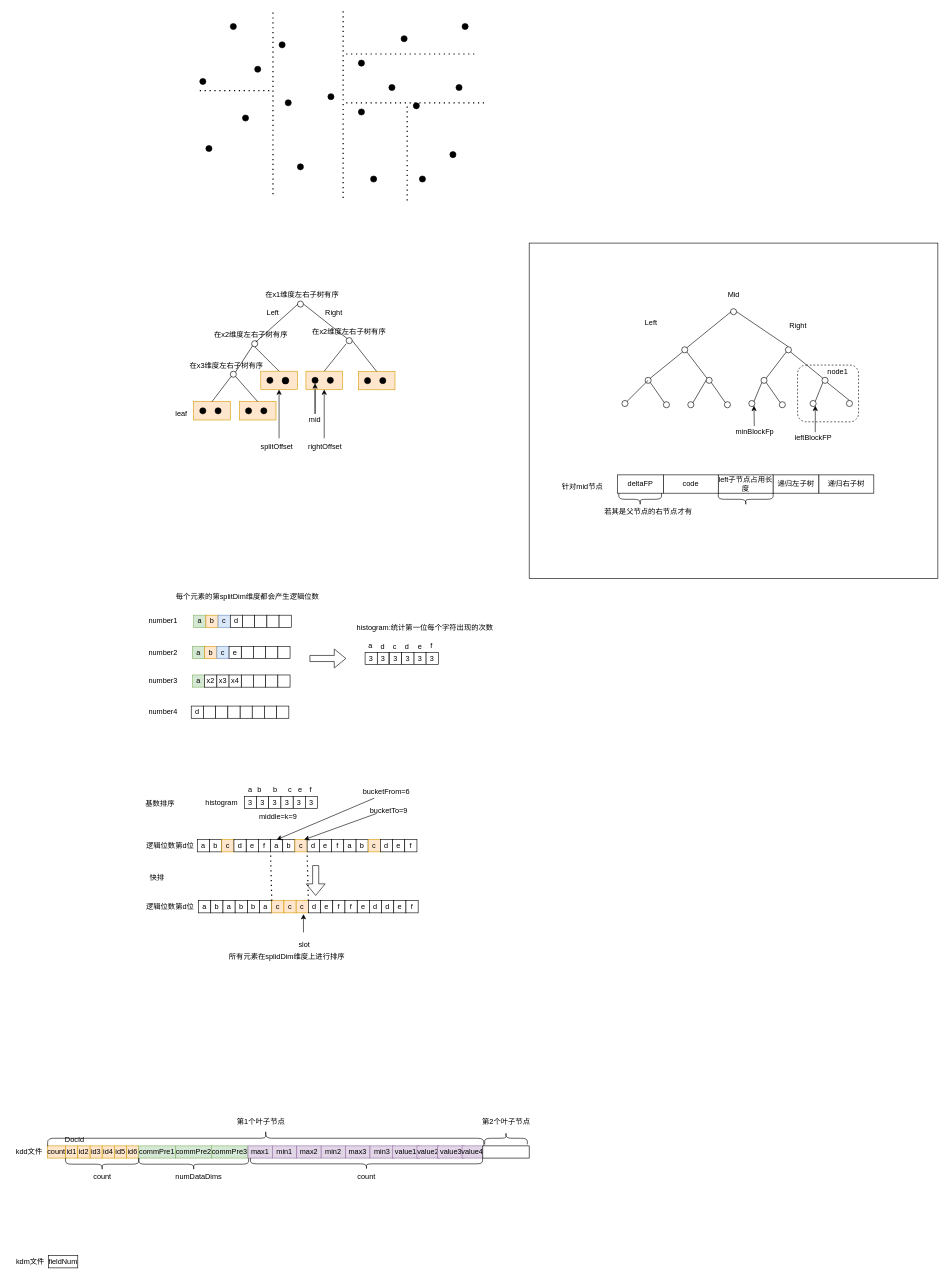
This is 图片xml/BKDWriter.drawio from kkewwei/elasticsearch_learning, a draw.io file, before an edit. Source tidied: cells renumbered, new cells numbered last; positions are measured from the earlier drawing's top-left corner, leaving out a move shared by most shapes. Both pictures are drawn from the tidied source at 61%, with x=0, y=0 at pixel (10, 11).
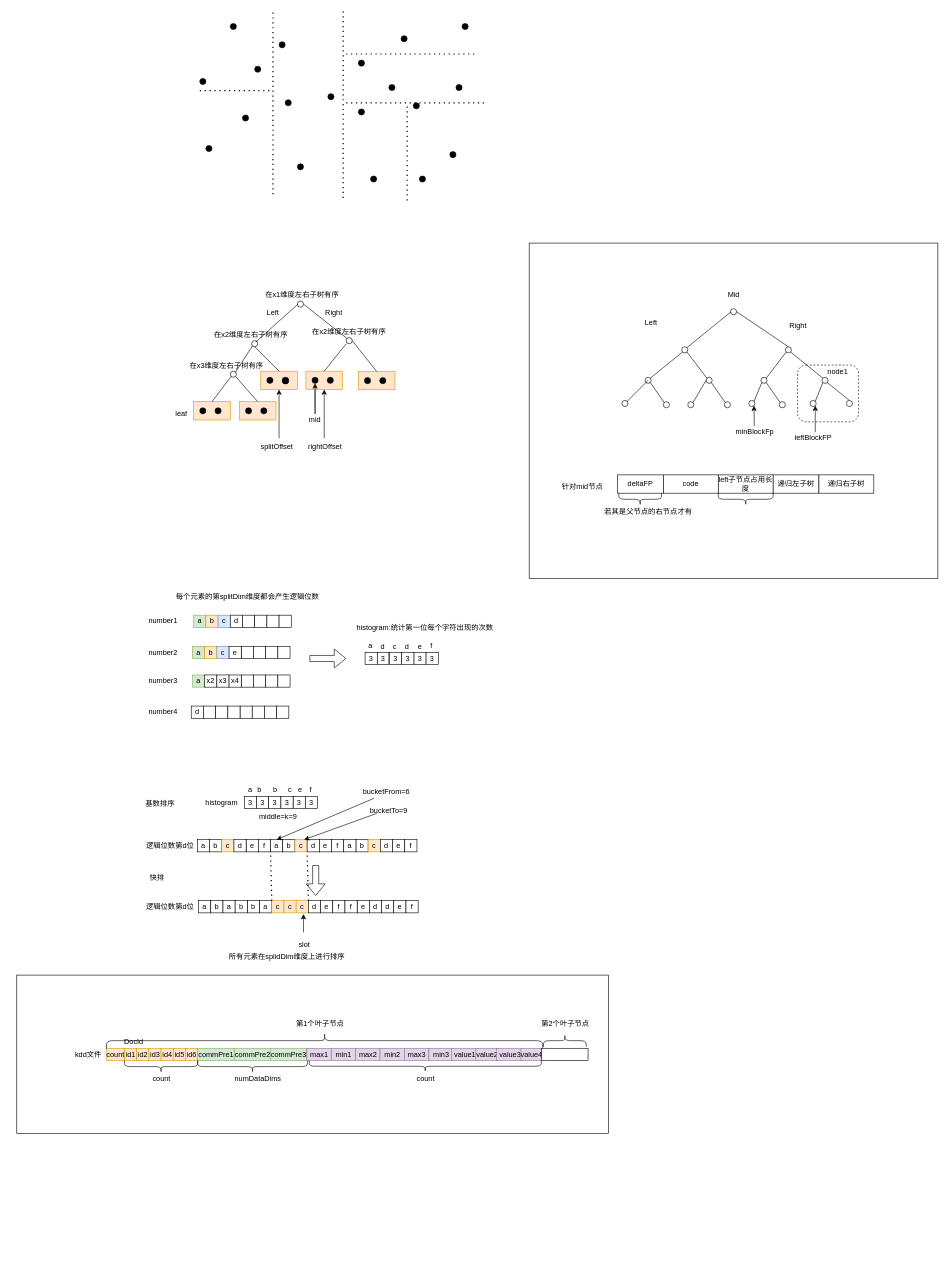
After the change.

The edit, as a diff of the source:
```diff
@@
+    <mxCell id="267" style="rounded=0;whiteSpace=wrap;html=1;" parent="1" vertex="1">
+      <mxGeometry x="10" y="1580" width="970" height="260" as="geometry" />
+    </mxCell>
@@
     <mxCell id="184" value="id3" style="rounded=0;whiteSpace=wrap;html=1;fillColor=#ffe6cc;strokeColor=#d79b00;" parent="1" vertex="1">
-      <mxGeometry x="130" y="1860" width="20" height="20" as="geometry" />
+      <mxGeometry x="226.5" y="1700" width="20" height="20" as="geometry" />
     </mxCell>
     <mxCell id="185" value="id4" style="rounded=0;whiteSpace=wrap;html=1;fillColor=#ffe6cc;strokeColor=#d79b00;" parent="1" vertex="1">
-      <mxGeometry x="150" y="1860" width="20" height="20" as="geometry" />
+      <mxGeometry x="246.5" y="1700" width="20" height="20" as="geometry" />
     </mxCell>
     <mxCell id="186" value="count" style="rounded=0;whiteSpace=wrap;html=1;fillColor=#ffe6cc;strokeColor=#d79b00;" parent="1" vertex="1">
-      <mxGeometry x="60" y="1860" width="30" height="20" as="geometry" />
+      <mxGeometry x="156.5" y="1700" width="30" height="20" as="geometry" />
     </mxCell>
     <mxCell id="187" value="id1" style="rounded=0;whiteSpace=wrap;html=1;fillColor=#ffe6cc;strokeColor=#d79b00;" parent="1" vertex="1">
-      <mxGeometry x="90" y="1860" width="20" height="20" as="geometry" />
+      <mxGeometry x="186.5" y="1700" width="20" height="20" as="geometry" />
     </mxCell>
     <mxCell id="188" value="id2" style="rounded=0;whiteSpace=wrap;html=1;fillColor=#ffe6cc;strokeColor=#d79b00;" parent="1" vertex="1">
-      <mxGeometry x="110" y="1860" width="20" height="20" as="geometry" />
+      <mxGeometry x="206.5" y="1700" width="20" height="20" as="geometry" />
     </mxCell>
     <mxCell id="189" value="id5" style="rounded=0;whiteSpace=wrap;html=1;fillColor=#ffe6cc;strokeColor=#d79b00;" parent="1" vertex="1">
-      <mxGeometry x="170" y="1860" width="20" height="20" as="geometry" />
+      <mxGeometry x="266.5" y="1700" width="20" height="20" as="geometry" />
     </mxCell>
     <mxCell id="190" value="id6" style="rounded=0;whiteSpace=wrap;html=1;fillColor=#ffe6cc;strokeColor=#d79b00;" parent="1" vertex="1">
-      <mxGeometry x="190" y="1860" width="20" height="20" as="geometry" />
+      <mxGeometry x="286.5" y="1700" width="20" height="20" as="geometry" />
     </mxCell>
     <mxCell id="191" value="DocId" style="text;html=1;strokeColor=none;fillColor=none;align=center;verticalAlign=middle;whiteSpace=wrap;rounded=0;" parent="1" vertex="1">
-      <mxGeometry x="90" y="1840" width="30" height="20" as="geometry" />
+      <mxGeometry x="186.5" y="1680" width="30" height="20" as="geometry" />
     </mxCell>
     <mxCell id="192" style="shape=curlyBracket;whiteSpace=wrap;html=1;rounded=1;rotation=-90;" parent="1" vertex="1">
-      <mxGeometry x="140" y="1830" width="20" height="120" as="geometry" />
+      <mxGeometry x="236.5" y="1670" width="20" height="120" as="geometry" />
     </mxCell>
     <mxCell id="193" value="count" style="text;html=1;align=center;verticalAlign=middle;" parent="1" vertex="1">
-      <mxGeometry x="130" y="1900" width="40" height="20" as="geometry" />
+      <mxGeometry x="226.5" y="1740" width="40" height="20" as="geometry" />
     </mxCell>
     <mxCell id="194" value="commPre1" style="rounded=0;whiteSpace=wrap;html=1;fillColor=#d5e8d4;strokeColor=#82b366;" parent="1" vertex="1">
-      <mxGeometry x="210" y="1860" width="60" height="20" as="geometry" />
+      <mxGeometry x="306.5" y="1700" width="60" height="20" as="geometry" />
     </mxCell>
     <mxCell id="195" value="commPre2" style="rounded=0;whiteSpace=wrap;html=1;fillColor=#d5e8d4;strokeColor=#82b366;" parent="1" vertex="1">
-      <mxGeometry x="270" y="1860" width="60" height="20" as="geometry" />
+      <mxGeometry x="366.5" y="1700" width="60" height="20" as="geometry" />
     </mxCell>
     <mxCell id="196" value="commPre3" style="rounded=0;whiteSpace=wrap;html=1;fillColor=#d5e8d4;strokeColor=#82b366;" parent="1" vertex="1">
-      <mxGeometry x="329" y="1860" width="60" height="20" as="geometry" />
+      <mxGeometry x="425.5" y="1700" width="60" height="20" as="geometry" />
     </mxCell>
     <mxCell id="197" style="shape=curlyBracket;whiteSpace=wrap;html=1;rounded=1;rotation=-90;" parent="1" vertex="1">
-      <mxGeometry x="290" y="1800" width="20" height="180" as="geometry" />
+      <mxGeometry x="386.5" y="1640" width="20" height="180" as="geometry" />
     </mxCell>
     <mxCell id="198" value="numDataDims" style="text;html=1;align=center;verticalAlign=middle;" parent="1" vertex="1">
-      <mxGeometry x="263" y="1900" width="90" height="20" as="geometry" />
+      <mxGeometry x="359.5" y="1740" width="90" height="20" as="geometry" />
     </mxCell>
     <mxCell id="199" value="kdd文件" style="text;html=1;align=center;verticalAlign=middle;" parent="1" vertex="1">
-      <mxGeometry y="1860" width="60" height="20" as="geometry" />
+      <mxGeometry x="96.5" y="1700" width="60" height="20" as="geometry" />
     </mxCell>
     <mxCell id="200" value="max1" style="rounded=0;whiteSpace=wrap;html=1;fillColor=#e1d5e7;strokeColor=#9673a6;" parent="1" vertex="1">
-      <mxGeometry x="389" y="1860" width="40" height="20" as="geometry" />
+      <mxGeometry x="485.5" y="1700" width="40" height="20" as="geometry" />
     </mxCell>
     <mxCell id="201" value="min1" style="rounded=0;whiteSpace=wrap;html=1;fillColor=#e1d5e7;strokeColor=#9673a6;" parent="1" vertex="1">
-      <mxGeometry x="429" y="1860" width="40" height="20" as="geometry" />
+      <mxGeometry x="525.5" y="1700" width="40" height="20" as="geometry" />
     </mxCell>
     <mxCell id="202" value="max2" style="rounded=0;whiteSpace=wrap;html=1;fillColor=#e1d5e7;strokeColor=#9673a6;" parent="1" vertex="1">
-      <mxGeometry x="469" y="1860" width="40" height="20" as="geometry" />
+      <mxGeometry x="565.5" y="1700" width="40" height="20" as="geometry" />
     </mxCell>
     <mxCell id="203" value="min2" style="rounded=0;whiteSpace=wrap;html=1;fillColor=#e1d5e7;strokeColor=#9673a6;" parent="1" vertex="1">
-      <mxGeometry x="509" y="1860" width="40" height="20" as="geometry" />
+      <mxGeometry x="605.5" y="1700" width="40" height="20" as="geometry" />
     </mxCell>
     <mxCell id="204" value="max3" style="rounded=0;whiteSpace=wrap;html=1;fillColor=#e1d5e7;strokeColor=#9673a6;" parent="1" vertex="1">
-      <mxGeometry x="549" y="1860" width="40" height="20" as="geometry" />
+      <mxGeometry x="645.5" y="1700" width="40" height="20" as="geometry" />
     </mxCell>
     <mxCell id="205" value="min3" style="rounded=0;whiteSpace=wrap;html=1;fillColor=#e1d5e7;strokeColor=#9673a6;" parent="1" vertex="1">
-      <mxGeometry x="589" y="1860" width="40" height="20" as="geometry" />
+      <mxGeometry x="685.5" y="1700" width="40" height="20" as="geometry" />
     </mxCell>
     <mxCell id="206" value="value1" style="rounded=0;whiteSpace=wrap;html=1;fillColor=#e1d5e7;strokeColor=#9673a6;" parent="1" vertex="1">
-      <mxGeometry x="626" y="1860" width="44" height="20" as="geometry" />
+      <mxGeometry x="722.5" y="1700" width="44" height="20" as="geometry" />
     </mxCell>
     <mxCell id="207" value="value2" style="rounded=0;whiteSpace=wrap;html=1;fillColor=#e1d5e7;strokeColor=#9673a6;" parent="1" vertex="1">
-      <mxGeometry x="666" y="1860" width="37" height="20" as="geometry" />
+      <mxGeometry x="762.5" y="1700" width="37" height="20" as="geometry" />
     </mxCell>
     <mxCell id="208" value="value3" style="rounded=0;whiteSpace=wrap;html=1;fillColor=#e1d5e7;strokeColor=#9673a6;" parent="1" vertex="1">
-      <mxGeometry x="700" y="1860" width="44" height="20" as="geometry" />
+      <mxGeometry x="796.5" y="1700" width="44" height="20" as="geometry" />
     </mxCell>
     <mxCell id="209" value="value4" style="rounded=0;whiteSpace=wrap;html=1;fillColor=#e1d5e7;strokeColor=#9673a6;" parent="1" vertex="1">
-      <mxGeometry x="740" y="1860" width="34" height="20" as="geometry" />
+      <mxGeometry x="836.5" y="1700" width="34" height="20" as="geometry" />
     </mxCell>
     <mxCell id="210" style="shape=curlyBracket;whiteSpace=wrap;html=1;rounded=1;rotation=-90;" parent="1" vertex="1">
-      <mxGeometry x="573.8" y="1699.2" width="19" height="380.5" as="geometry" />
+      <mxGeometry x="670.2" y="1539.2" width="19" height="380.5" as="geometry" />
     </mxCell>
     <mxCell id="211" value="count" style="text;html=1;align=center;verticalAlign=middle;" parent="1" vertex="1">
-      <mxGeometry x="563.2" y="1900" width="40" height="20" as="geometry" />
+      <mxGeometry x="659.8" y="1740" width="40" height="20" as="geometry" />
     </mxCell>
     <mxCell id="212" style="shape=curlyBracket;whiteSpace=wrap;html=1;rounded=1;rotation=90;" parent="1" vertex="1">
-      <mxGeometry x="405" y="1490" width="26.2" height="715" as="geometry" />
+      <mxGeometry x="501.5" y="1330" width="26.2" height="715" as="geometry" />
     </mxCell>
     <mxCell id="213" value="第1个叶子节点" style="text;html=1;align=center;verticalAlign=middle;" parent="1" vertex="1">
-      <mxGeometry x="365" y="1810" width="90" height="20" as="geometry" />
+      <mxGeometry x="461.5" y="1650" width="90" height="20" as="geometry" />
     </mxCell>
     <mxCell id="214" style="rounded=0;whiteSpace=wrap;html=1;" parent="1" vertex="1">
-      <mxGeometry x="774" y="1860" width="76" height="20" as="geometry" />
+      <mxGeometry x="870.5" y="1700" width="76" height="20" as="geometry" />
     </mxCell>
     <mxCell id="215" style="shape=curlyBracket;whiteSpace=wrap;html=1;rounded=1;rotation=90;" parent="1" vertex="1">
-      <mxGeometry x="802" y="1812.5" width="20" height="70" as="geometry" />
+      <mxGeometry x="898.5" y="1652.5" width="20" height="70" as="geometry" />
     </mxCell>
     <mxCell id="216" value="第2个叶子节点" style="text;html=1;align=center;verticalAlign=middle;" parent="1" vertex="1">
-      <mxGeometry x="767" y="1810" width="90" height="20" as="geometry" />
+      <mxGeometry x="863.5" y="1650" width="90" height="20" as="geometry" />
     </mxCell>
-    <mxCell id="217" value="fieldNum" style="rounded=0;whiteSpace=wrap;html=1;" parent="1" vertex="1">
-      <mxGeometry x="62" y="2040" width="48" height="20" as="geometry" />
-    </mxCell>
-    <mxCell id="218" value="kdm文件" style="text;html=1;align=center;verticalAlign=middle;" parent="1" vertex="1">
-      <mxGeometry x="2" y="2040" width="60" height="20" as="geometry" />
-    </mxCell>
```
